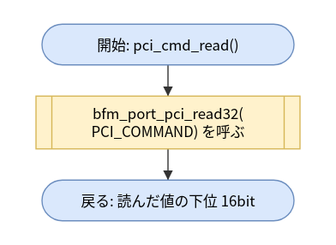
Earlier version of the draw.io export doc/spec/images/flow_src_bfm_pci-pci_cmd_read.drawio.svg (hf355051012-ai/bfmem). Source tidied: cells renumbered, new cells last; positions are measured from the earlier drawing's top-left corner, leaving out a move shared by most shapes.
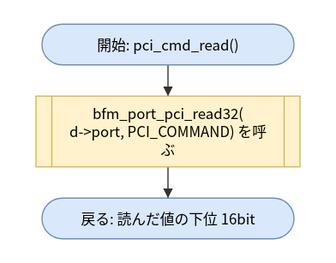
After the commit.

What changed in the source:
```diff
@@ -5,11 +5,11 @@
     <mxCell id="2" value="開始: pci_cmd_read()" style="rounded=1;arcSize=50;whiteSpace=wrap;html=1;fillColor=#dae8fc;strokeColor=#6c8ebf;" parent="1" vertex="1">
       <mxGeometry x="5" width="210" height="34" as="geometry" />
     </mxCell>
-    <mxCell id="3" value="bfm_port_pci_read32(&lt;br&gt;PCI_COMMAND) を呼ぶ" style="shape=process;whiteSpace=wrap;html=1;backgroundOutline=1;size=0.06;fillColor=#fff2cc;strokeColor=#d6b656;" parent="1" vertex="1">
-      <mxGeometry y="60" width="220" height="44" as="geometry" />
+    <mxCell id="3" value="bfm_port_pci_read32(&lt;br&gt;d-&amp;gt;port, PCI_COMMAND) を呼&lt;br&gt;ぶ" style="shape=process;whiteSpace=wrap;html=1;backgroundOutline=1;size=0.06;fillColor=#fff2cc;strokeColor=#d6b656;" parent="1" vertex="1">
+      <mxGeometry y="60" width="220" height="59" as="geometry" />
     </mxCell>
     <mxCell id="4" value="戻る: 読んだ値の下位 16bit" style="rounded=1;arcSize=50;whiteSpace=wrap;html=1;fillColor=#dae8fc;strokeColor=#6c8ebf;" parent="1" vertex="1">
-      <mxGeometry x="5" y="130" width="210" height="34" as="geometry" />
+      <mxGeometry x="5" y="145" width="210" height="34" as="geometry" />
     </mxCell>
     <mxCell id="5" style="edgeStyle=none;html=1;rounded=0;endArrow=block;endFill=1;exitX=0.5000;exitY=1.0000;exitDx=0;exitDy=0;exitPerimeter=0;entryX=0.5000;entryY=0.0000;entryDx=0;entryDy=0;entryPerimeter=0;" parent="1" edge="1" source="2" target="3">
       <mxGeometry relative="1" as="geometry" />
```
